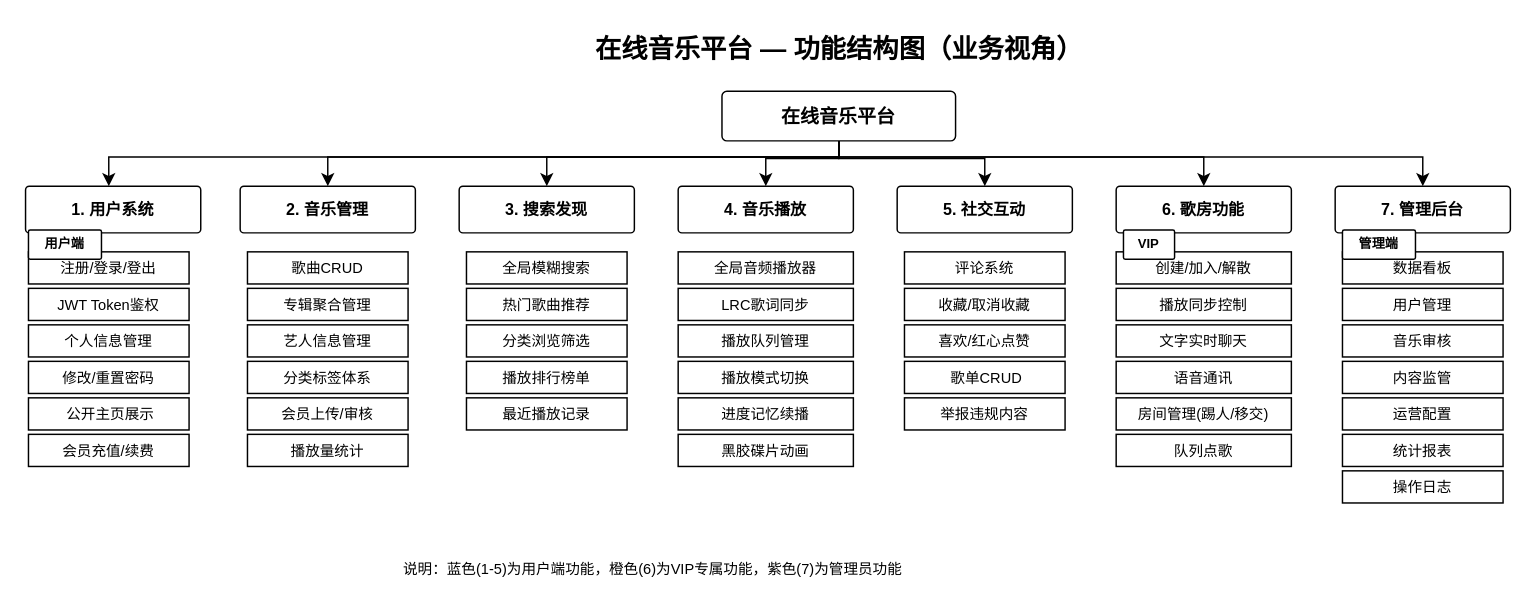
Earlier version of the draw.io diagram 功能结构图.drawio (huibai8848/music). Source tidied: cells renumbered, new cells numbered last; positions are measured from the earlier drawing's top-left corner, leaving out a move shared by most shapes. Both pictures are drawn from the tidied source at 146%, with x=0, y=0 at pixel (25, 25).
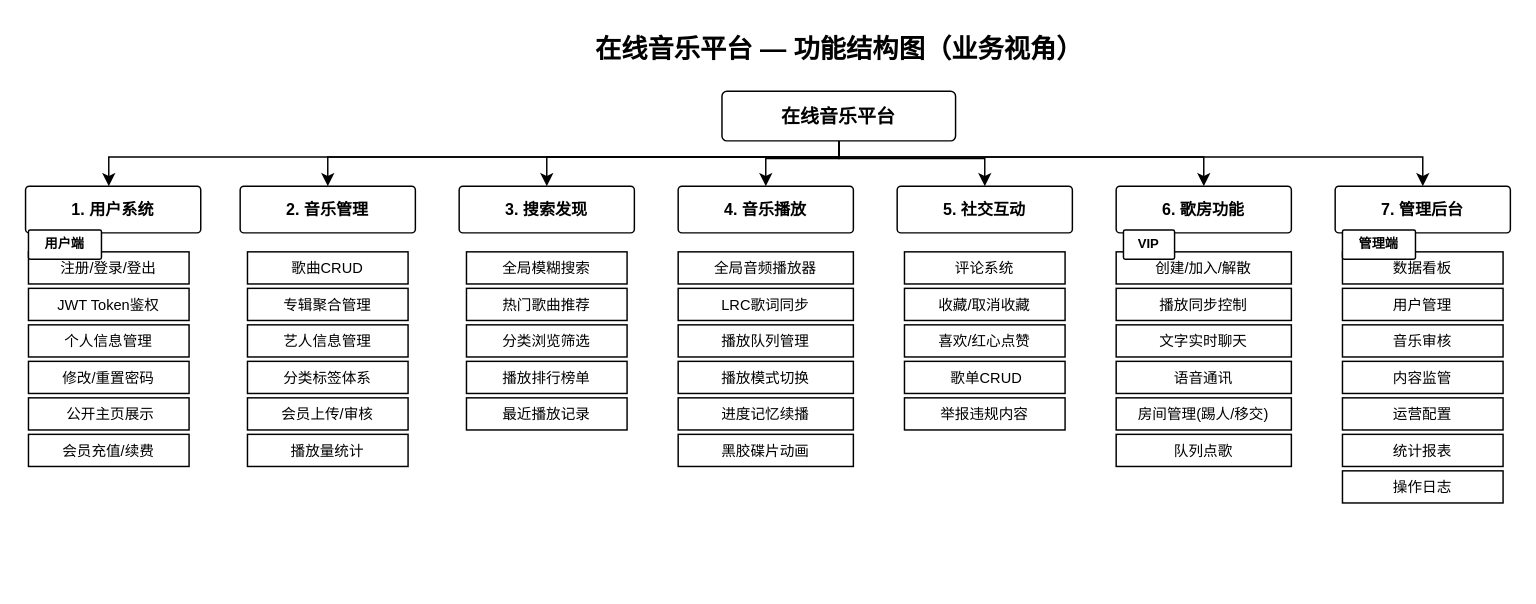
After the change.

The edit, as a diff of the source:
```diff
@@
-    <mxCell id="59" value="说明：蓝色(1-5)为用户端功能，橙色(6)为VIP专属功能，紫色(7)为管理员功能" style="text;html=1;strokeColor=none;fillColor=none;fontSize=10;labelBackgroundColor=none;" parent="1" vertex="1">
-      <mxGeometry x="257" y="360" width="600" height="20" as="geometry" />
-    </mxCell>
```
